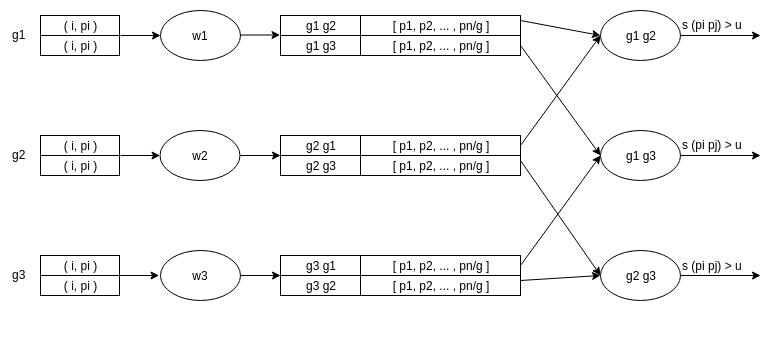
This is images/map_reduce_images.png from juanArias8/big-data-examples, a draw.io export, as it was before one commit. Source tidied: cells renumbered, new cells last; positions are measured from the earlier drawing's top-left corner, leaving out a move shared by most shapes.
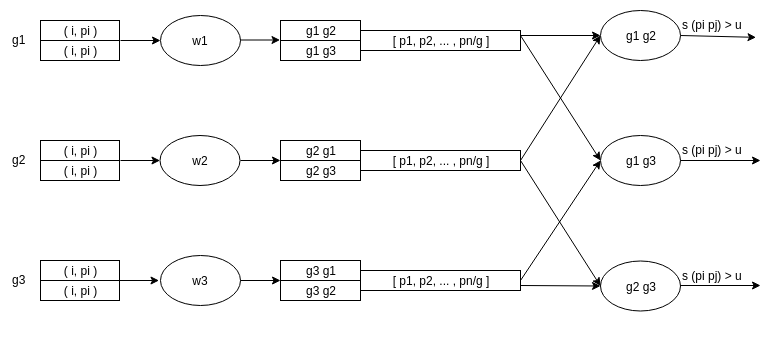
Above is the later version.

Diff of the diagram source:
```diff
@@ -12,10 +12,10 @@
       <mxGeometry x="149.5" y="120" width="80" height="50" as="geometry" />
     </mxCell>
     <mxCell id="5" value="g1 g2" style="ellipse;whiteSpace=wrap;html=1;" parent="1" vertex="1">
-      <mxGeometry x="590" width="80" height="50" as="geometry" />
+      <mxGeometry x="590" y="-5" width="80" height="50" as="geometry" />
     </mxCell>
     <mxCell id="6" value="g2 g3" style="ellipse;whiteSpace=wrap;html=1;" parent="1" vertex="1">
-      <mxGeometry x="590" y="240" width="80" height="50" as="geometry" />
+      <mxGeometry x="590" y="245.5" width="80" height="50" as="geometry" />
     </mxCell>
     <mxCell id="7" value="g1 g3" style="ellipse;whiteSpace=wrap;html=1;" parent="1" vertex="1">
       <mxGeometry x="590" y="120" width="80" height="50" as="geometry" />
@@ -77,21 +77,6 @@
     <mxCell id="26" style="group;" parent="1" vertex="1">
       <mxGeometry x="270" y="5" width="240" height="60" as="geometry" />
     </mxCell>
-    <mxCell id="27" style="group;" parent="26" vertex="1">
-      <mxGeometry x="80" width="160" height="60" as="geometry" />
-    </mxCell>
-    <mxCell id="28" style="group;" parent="27" vertex="1">
-      <mxGeometry width="160" height="60" as="geometry" />
-    </mxCell>
-    <mxCell id="29" style="group;" parent="28" vertex="1">
-      <mxGeometry width="160" height="60" as="geometry" />
-    </mxCell>
-    <mxCell id="30" value="[ p1, p2, ... , pn/g ]" style="rounded=0;whiteSpace=wrap;html=1;" parent="29" vertex="1">
-      <mxGeometry width="160" height="20" as="geometry" />
-    </mxCell>
-    <mxCell id="31" value="&lt;span style=&quot;white-space: normal&quot;&gt;[ p1, p2, ... , pn/g ]&lt;/span&gt;" style="rounded=0;whiteSpace=wrap;html=1;" parent="29" vertex="1">
-      <mxGeometry y="20" width="160" height="20" as="geometry" />
-    </mxCell>
     <mxCell id="32" style="group;" parent="26" vertex="1">
       <mxGeometry width="80" height="60" as="geometry" />
     </mxCell>
@@ -107,6 +92,21 @@
     <mxCell id="36" value="&lt;span style=&quot;white-space: normal&quot;&gt;g1 g3&lt;/span&gt;" style="rounded=0;whiteSpace=wrap;html=1;" parent="34" vertex="1">
       <mxGeometry y="20" width="80" height="20" as="geometry" />
     </mxCell>
+    <mxCell id="77" style="group;" parent="26" vertex="1">
+      <mxGeometry x="80" width="160" height="60" as="geometry" />
+    </mxCell>
+    <mxCell id="27" style="group;" parent="77" vertex="1">
+      <mxGeometry width="160" height="60" as="geometry" />
+    </mxCell>
+    <mxCell id="28" style="group;" parent="27" vertex="1">
+      <mxGeometry width="160" height="60" as="geometry" />
+    </mxCell>
+    <mxCell id="29" style="group;" parent="28" vertex="1">
+      <mxGeometry width="160" height="60" as="geometry" />
+    </mxCell>
+    <mxCell id="30" value="[ p1, p2, ... , pn/g ]" style="rounded=0;whiteSpace=wrap;html=1;" parent="29" vertex="1">
+      <mxGeometry y="10" width="160" height="20" as="geometry" />
+    </mxCell>
     <mxCell id="37" style="group;" parent="1" vertex="1">
       <mxGeometry x="270" y="125" width="240" height="60" as="geometry" />
     </mxCell>
@@ -120,11 +120,8 @@
       <mxGeometry width="160" height="60" as="geometry" />
     </mxCell>
     <mxCell id="41" value="&lt;span style=&quot;white-space: normal&quot;&gt;[ p1, p2, ... , pn/g ]&lt;/span&gt;" style="rounded=0;whiteSpace=wrap;html=1;" parent="40" vertex="1">
-      <mxGeometry width="160" height="20" as="geometry" />
+      <mxGeometry y="10" width="160" height="20" as="geometry" />
     </mxCell>
-    <mxCell id="42" value="&lt;span style=&quot;white-space: normal&quot;&gt;[ p1, p2, ... , pn/g ]&lt;/span&gt;" style="rounded=0;whiteSpace=wrap;html=1;" parent="40" vertex="1">
-      <mxGeometry y="20" width="160" height="20" as="geometry" />
-    </mxCell>
     <mxCell id="43" style="group;" parent="37" vertex="1">
       <mxGeometry width="80" height="60" as="geometry" />
     </mxCell>
@@ -153,11 +150,8 @@
       <mxGeometry width="160" height="60" as="geometry" />
     </mxCell>
     <mxCell id="52" value="&lt;span style=&quot;white-space: normal&quot;&gt;[ p1, p2, ... , pn/g ]&lt;/span&gt;" style="rounded=0;whiteSpace=wrap;html=1;" parent="51" vertex="1">
-      <mxGeometry width="160" height="20" as="geometry" />
+      <mxGeometry y="10" width="160" height="20" as="geometry" />
     </mxCell>
-    <mxCell id="53" value="&lt;span style=&quot;white-space: normal&quot;&gt;[ p1, p2, ... , pn/g ]&lt;/span&gt;" style="rounded=0;whiteSpace=wrap;html=1;" parent="51" vertex="1">
-      <mxGeometry y="20" width="160" height="20" as="geometry" />
-    </mxCell>
     <mxCell id="54" style="group;" parent="48" vertex="1">
       <mxGeometry width="80" height="60" as="geometry" />
     </mxCell>
@@ -176,10 +170,10 @@
     <mxCell id="59" style="endArrow=classic;html=1;entryX=0;entryY=0.5;entryDx=0;entryDy=0;exitX=1;exitY=0.25;exitDx=0;exitDy=0;" parent="1" edge="1" source="30" target="5">
       <mxGeometry relative="1" as="geometry" />
     </mxCell>
-    <mxCell id="60" style="endArrow=classic;html=1;entryX=0;entryY=0.5;entryDx=0;entryDy=0;exitX=1;exitY=0.5;exitDx=0;exitDy=0;" parent="1" edge="1" source="31" target="7">
+    <mxCell id="60" style="endArrow=classic;html=1;entryX=0;entryY=0.5;entryDx=0;entryDy=0;exitX=1;exitY=0.25;exitDx=0;exitDy=0;" parent="1" edge="1" source="30" target="7">
       <mxGeometry relative="1" as="geometry" />
     </mxCell>
-    <mxCell id="61" style="endArrow=classic;html=1;exitX=1;exitY=0.25;exitDx=0;exitDy=0;entryX=0;entryY=0.5;entryDx=0;entryDy=0;" parent="1" edge="1" source="42" target="6">
+    <mxCell id="61" style="endArrow=classic;html=1;exitX=1;exitY=0.5;exitDx=0;exitDy=0;entryX=0;entryY=0.5;entryDx=0;entryDy=0;" parent="1" edge="1" source="41" target="6">
       <mxGeometry relative="1" as="geometry" />
     </mxCell>
     <mxCell id="62" style="endArrow=classic;html=1;exitX=1;exitY=0.5;exitDx=0;exitDy=0;entryX=0;entryY=0.5;entryDx=0;entryDy=0;" parent="1" edge="1" source="41" target="5">
@@ -188,15 +182,11 @@
     <mxCell id="63" style="endArrow=classic;html=1;exitX=1;exitY=0.5;exitDx=0;exitDy=0;entryX=0;entryY=0.5;entryDx=0;entryDy=0;" parent="1" edge="1" source="52" target="7">
       <mxGeometry relative="1" as="geometry" />
     </mxCell>
-    <mxCell id="64" style="endArrow=classic;html=1;exitX=1;exitY=0.25;exitDx=0;exitDy=0;" parent="1" edge="1" source="53">
-      <mxGeometry relative="1" as="geometry">
-        <mxPoint x="590" y="265" as="targetPoint" />
-      </mxGeometry>
+    <mxCell id="64" style="endArrow=classic;html=1;exitX=1;exitY=0.75;exitDx=0;exitDy=0;entryX=0;entryY=0.5;entryDx=0;entryDy=0;" parent="1" edge="1" source="52" target="6">
+      <mxGeometry relative="1" as="geometry" />
     </mxCell>
-    <mxCell id="65" style="endArrow=classic;html=1;exitX=1;exitY=0.5;exitDx=0;exitDy=0;" parent="1" edge="1" source="5">
-      <mxGeometry relative="1" as="geometry">
-        <mxPoint x="750" y="25" as="targetPoint" />
-      </mxGeometry>
+    <mxCell id="65" style="endArrow=classic;html=1;exitX=1;exitY=0.5;exitDx=0;exitDy=0;entryX=0.944;entryY=1.093;entryDx=0;entryDy=0;entryPerimeter=0;" parent="1" edge="1" source="5" target="74">
+      <mxGeometry relative="1" as="geometry" />
     </mxCell>
     <mxCell id="66" style="endArrow=classic;html=1;exitX=1;exitY=0.5;exitDx=0;exitDy=0;" parent="1" edge="1">
       <mxGeometry relative="1" as="geometry">
@@ -206,8 +196,8 @@
     </mxCell>
     <mxCell id="67" style="endArrow=classic;html=1;exitX=1;exitY=0.5;exitDx=0;exitDy=0;" parent="1" edge="1">
       <mxGeometry relative="1" as="geometry">
-        <mxPoint x="670" y="265" as="sourcePoint" />
-        <mxPoint x="750" y="265" as="targetPoint" />
+        <mxPoint x="670" y="270" as="sourcePoint" />
+        <mxPoint x="750" y="270" as="targetPoint" />
       </mxGeometry>
     </mxCell>
     <mxCell id="68" style="endArrow=classic;html=1;entryX=0;entryY=0.5;entryDx=0;entryDy=0;" parent="1" edge="1" target="2">
@@ -245,13 +235,13 @@
       </mxGeometry>
     </mxCell>
     <mxCell id="74" value="s (pi pj) &amp;gt; u" style="text;html=1;points=[];align=left;verticalAlign=top;spacingTop=-4;" parent="1" vertex="1">
-      <mxGeometry x="670" y="5" width="80" height="20" as="geometry" />
+      <mxGeometry x="670" width="80" height="20" as="geometry" />
     </mxCell>
     <mxCell id="75" value="s (pi pj) &amp;gt; u" style="text;html=1;align=left;verticalAlign=top;spacingTop=-4;" parent="1" vertex="1">
       <mxGeometry x="670" y="125" width="80" height="20" as="geometry" />
     </mxCell>
     <mxCell id="76" value="s (pi pj) &amp;gt; u" style="text;html=1;align=left;verticalAlign=top;spacingTop=-4;" parent="1" vertex="1">
-      <mxGeometry x="670" y="245.7" width="80" height="20" as="geometry" />
+      <mxGeometry x="670" y="250.7" width="80" height="20" as="geometry" />
     </mxCell>
   </root>
 </mxGraphModel>
```
